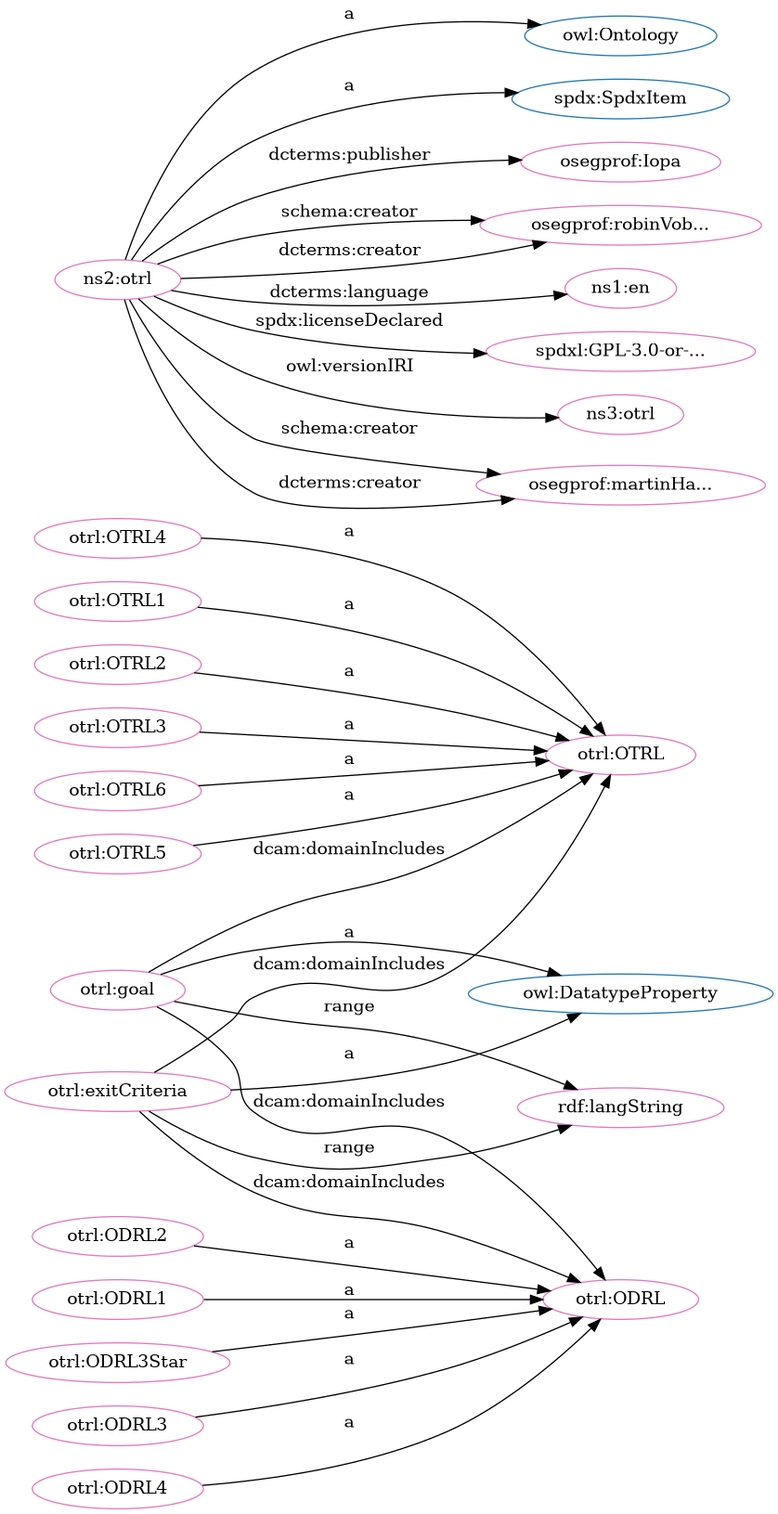
Before: src/spec/dot_otrl.png, a diagram exported from Graphviz (iop-alliance/OpenKnowHow). Its source is kept beside it as src/spec/dot_otrl.dot.
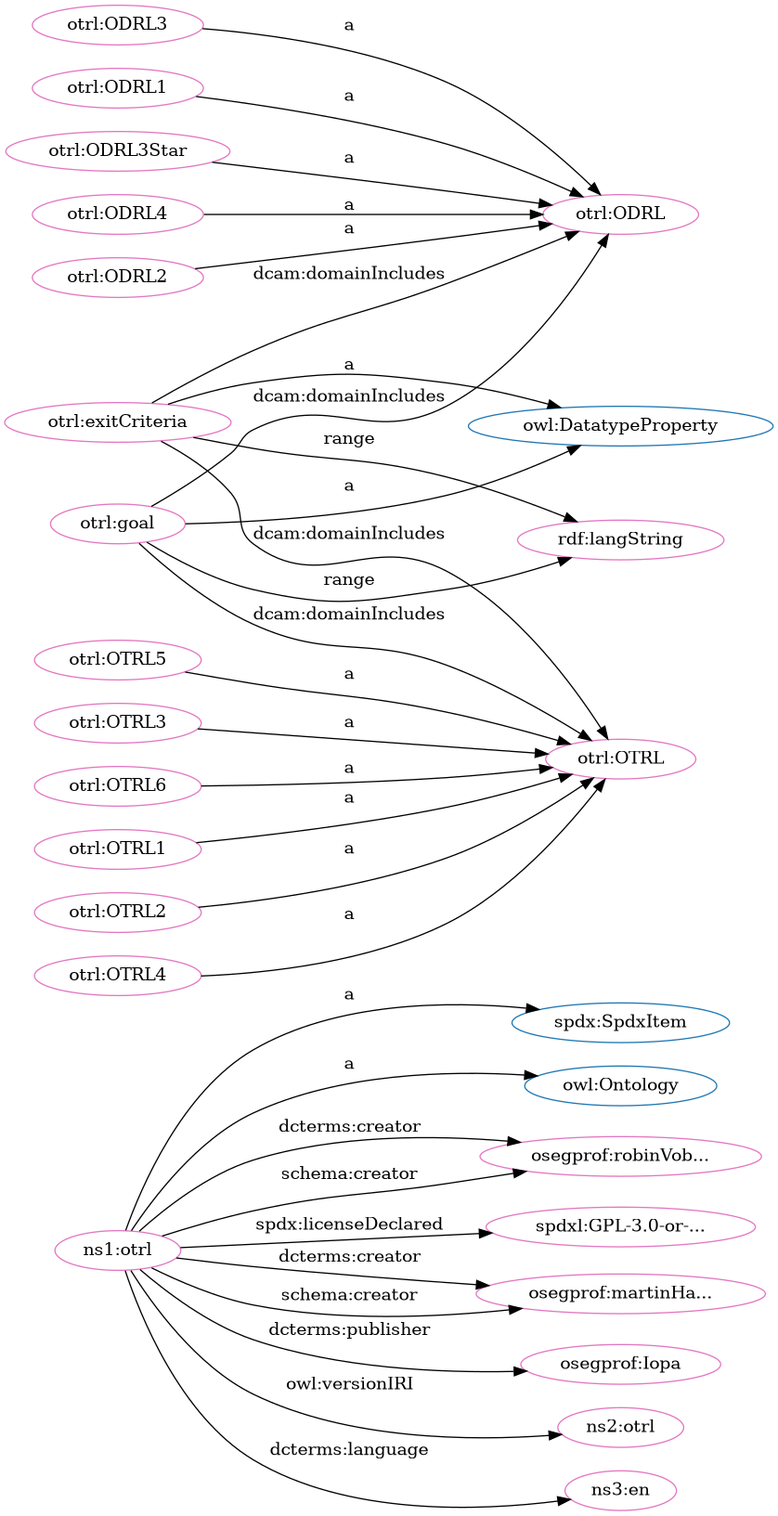
Later version of the same file.

Change to the diagram source:
```diff
@@ -1,61 +1,61 @@
 digraph G {
   rankdir=BT
   node[height=.3]
-"http://w3id.org/oseg/ont/otrl#OTRL" [fillcolor="#1f77b4" color="#1f77b4" label="otrl:OTRL"]
+"http://spdx.org/rdf/terms#SpdxItem" [fillcolor="#1f77b4" color="#1f77b4" label="spdx:SpdxItem"]
 "http://www.w3.org/2002/07/owl#Ontology" [fillcolor="#1f77b4" color="#1f77b4" label="owl:Ontology"]
-"http://spdx.org/rdf/terms#SpdxItem" [fillcolor="#1f77b4" color="#1f77b4" label="spdx:SpdxItem"]
 "http://w3id.org/oseg/ont/otrl#ODRL" [fillcolor="#1f77b4" color="#1f77b4" label="otrl:ODRL"]
 "http://www.w3.org/2002/07/owl#DatatypeProperty" [fillcolor="#1f77b4" color="#1f77b4" label="owl:DatatypeProperty"]
+"http://w3id.org/oseg/ont/otrl#OTRL" [fillcolor="#1f77b4" color="#1f77b4" label="otrl:OTRL"]
+"http://w3id.org/oseg/ont/oseg-profiles#robinVobruba" [fillcolor="#e377c2" color="#e377c2" label="osegprof:robinVob..."]
+"http://w3id.org/oseg/ont/otrl#ODRL2" [fillcolor="#e377c2" color="#e377c2" label="otrl:ODRL2"]
+"http://w3id.org/oseg/ont/otrl#OTRL1" [fillcolor="#e377c2" color="#e377c2" label="otrl:OTRL1"]
+"http://w3id.org/oseg/ont/otrl#exitCriteria" [fillcolor="#e377c2" color="#e377c2" label="otrl:exitCriteria"]
+"http://w3id.org/oseg/ont/otrl#OTRL2" [fillcolor="#e377c2" color="#e377c2" label="otrl:OTRL2"]
+"http://spdx.org/licenses/GPL-3.0-or-later" [fillcolor="#e377c2" color="#e377c2" label="spdxl:GPL-3.0-or-..."]
+"http://w3id.org/oseg/ont/otrl#OTRL" [fillcolor="#e377c2" color="#e377c2" label="otrl:OTRL"]
+"http://w3id.org/oseg/ont/otrl#ODRL" [fillcolor="#e377c2" color="#e377c2" label="otrl:ODRL"]
+"http://w3id.org/oseg/ont/oseg-profiles#martinHaeuer" [fillcolor="#e377c2" color="#e377c2" label="osegprof:martinHa..."]
+"http://w3id.org/oseg/ont/otrl#goal" [fillcolor="#e377c2" color="#e377c2" label="otrl:goal"]
+"http://w3id.org/oseg/ont/otrl#OTRL4" [fillcolor="#e377c2" color="#e377c2" label="otrl:OTRL4"]
 "http://w3id.org/oseg/ont/oseg-profiles#Iopa" [fillcolor="#e377c2" color="#e377c2" label="osegprof:Iopa"]
-"http://w3id.org/oseg/ont/oseg-profiles#robinVobruba" [fillcolor="#e377c2" color="#e377c2" label="osegprof:robinVob..."]
-"http://w3id.org/oseg/ont/otrl#ODRL" [fillcolor="#e377c2" color="#e377c2" label="otrl:ODRL"]
-"http://w3id.org/oseg/ont/otrl#OTRL" [fillcolor="#e377c2" color="#e377c2" label="otrl:OTRL"]
-"http://w3id.org/oseg/ont/otrl#goal" [fillcolor="#e377c2" color="#e377c2" label="otrl:goal"]
+"http://w3id.org/oseg/ont/otrl#ODRL3" [fillcolor="#e377c2" color="#e377c2" label="otrl:ODRL3"]
+"http://w3id.org/oseg/ont/otrl" [fillcolor="#e377c2" color="#e377c2" label="ns1:otrl"]
+"http://w3id.org/oseg/ont/1.1.0/otrl" [fillcolor="#e377c2" color="#e377c2" label="ns2:otrl"]
+"http://w3id.org/oseg/ont/otrl#OTRL5" [fillcolor="#e377c2" color="#e377c2" label="otrl:OTRL5"]
+"http://w3id.org/oseg/ont/otrl#ODRL1" [fillcolor="#e377c2" color="#e377c2" label="otrl:ODRL1"]
+"http://www.w3.org/1999/02/22-rdf-syntax-ns#langString" [fillcolor="#e377c2" color="#e377c2" label="rdf:langString"]
+"http://id.loc.gov/vocabulary/iso639-1/en" [fillcolor="#e377c2" color="#e377c2" label="ns3:en"]
 "http://w3id.org/oseg/ont/otrl#OTRL3" [fillcolor="#e377c2" color="#e377c2" label="otrl:OTRL3"]
 "http://w3id.org/oseg/ont/otrl#OTRL6" [fillcolor="#e377c2" color="#e377c2" label="otrl:OTRL6"]
-"http://w3id.org/oseg/ont/otrl#ODRL2" [fillcolor="#e377c2" color="#e377c2" label="otrl:ODRL2"]
-"http://id.loc.gov/vocabulary/iso639-1/en" [fillcolor="#e377c2" color="#e377c2" label="ns1:en"]
-"http://w3id.org/oseg/ont/otrl#OTRL5" [fillcolor="#e377c2" color="#e377c2" label="otrl:OTRL5"]
-"http://w3id.org/oseg/ont/otrl" [fillcolor="#e377c2" color="#e377c2" label="ns2:otrl"]
-"http://w3id.org/oseg/ont/otrl#exitCriteria" [fillcolor="#e377c2" color="#e377c2" label="otrl:exitCriteria"]
-"http://w3id.org/oseg/ont/otrl#ODRL1" [fillcolor="#e377c2" color="#e377c2" label="otrl:ODRL1"]
 "http://w3id.org/oseg/ont/otrl#ODRL3Star" [fillcolor="#e377c2" color="#e377c2" label="otrl:ODRL3Star"]
-"http://w3id.org/oseg/ont/otrl#OTRL4" [fillcolor="#e377c2" color="#e377c2" label="otrl:OTRL4"]
-"http://w3id.org/oseg/ont/otrl#OTRL1" [fillcolor="#e377c2" color="#e377c2" label="otrl:OTRL1"]
-"http://w3id.org/oseg/ont/otrl#OTRL2" [fillcolor="#e377c2" color="#e377c2" label="otrl:OTRL2"]
-"http://spdx.org/licenses/GPL-3.0-or-later" [fillcolor="#e377c2" color="#e377c2" label="spdxl:GPL-3.0-or-..."]
-"http://www.w3.org/1999/02/22-rdf-syntax-ns#langString" [fillcolor="#e377c2" color="#e377c2" label="rdf:langString"]
-"http://w3id.org/oseg/ont/1.1.0/otrl" [fillcolor="#e377c2" color="#e377c2" label="ns3:otrl"]
-"http://w3id.org/oseg/ont/otrl#ODRL3" [fillcolor="#e377c2" color="#e377c2" label="otrl:ODRL3"]
-"http://w3id.org/oseg/ont/oseg-profiles#martinHaeuer" [fillcolor="#e377c2" color="#e377c2" label="osegprof:martinHa..."]
 "http://w3id.org/oseg/ont/otrl#ODRL4" [fillcolor="#e377c2" color="#e377c2" label="otrl:ODRL4"]
+  "http://w3id.org/oseg/ont/otrl" -> "http://w3id.org/oseg/ont/oseg-profiles#robinVobruba" [label="dcterms:creator"]
+  "http://w3id.org/oseg/ont/otrl#ODRL2" -> "http://w3id.org/oseg/ont/otrl#ODRL" [label="a"]
+  "http://w3id.org/oseg/ont/otrl#OTRL1" -> "http://w3id.org/oseg/ont/otrl#OTRL" [label="a"]
+  "http://w3id.org/oseg/ont/otrl#exitCriteria" -> "http://www.w3.org/2002/07/owl#DatatypeProperty" [label="a"]
+  "http://w3id.org/oseg/ont/otrl" -> "http://w3id.org/oseg/ont/oseg-profiles#martinHaeuer" [label="dcterms:creator"]
+  "http://w3id.org/oseg/ont/otrl#goal" -> "http://www.w3.org/2002/07/owl#DatatypeProperty" [label="a"]
+  "http://w3id.org/oseg/ont/otrl" -> "http://w3id.org/oseg/ont/oseg-profiles#robinVobruba" [label="schema:creator"]
   "http://w3id.org/oseg/ont/otrl" -> "http://w3id.org/oseg/ont/oseg-profiles#Iopa" [label="dcterms:publisher"]
-  "http://w3id.org/oseg/ont/otrl#exitCriteria" -> "http://w3id.org/oseg/ont/otrl#ODRL" [label="dcam:domainIncludes"]
-  "http://w3id.org/oseg/ont/otrl#goal" -> "http://www.w3.org/2002/07/owl#DatatypeProperty" [label="a"]
+  "http://w3id.org/oseg/ont/otrl#ODRL3" -> "http://w3id.org/oseg/ont/otrl#ODRL" [label="a"]
+  "http://w3id.org/oseg/ont/otrl" -> "http://w3id.org/oseg/ont/1.1.0/otrl" [label="owl:versionIRI"]
+  "http://w3id.org/oseg/ont/otrl#OTRL5" -> "http://w3id.org/oseg/ont/otrl#OTRL" [label="a"]
+  "http://w3id.org/oseg/ont/otrl" -> "http://w3id.org/oseg/ont/oseg-profiles#martinHaeuer" [label="schema:creator"]
+  "http://w3id.org/oseg/ont/otrl#ODRL1" -> "http://w3id.org/oseg/ont/otrl#ODRL" [label="a"]
+  "http://w3id.org/oseg/ont/otrl" -> "http://spdx.org/rdf/terms#SpdxItem" [label="a"]
   "http://w3id.org/oseg/ont/otrl#OTRL6" -> "http://w3id.org/oseg/ont/otrl#OTRL" [label="a"]
-  "http://w3id.org/oseg/ont/otrl#ODRL2" -> "http://w3id.org/oseg/ont/otrl#ODRL" [label="a"]
-  "http://w3id.org/oseg/ont/otrl#OTRL5" -> "http://w3id.org/oseg/ont/otrl#OTRL" [label="a"]
-  "http://w3id.org/oseg/ont/otrl#exitCriteria" -> "http://www.w3.org/2002/07/owl#DatatypeProperty" [label="a"]
-  "http://w3id.org/oseg/ont/otrl#OTRL4" -> "http://w3id.org/oseg/ont/otrl#OTRL" [label="a"]
-  "http://w3id.org/oseg/ont/otrl#OTRL1" -> "http://w3id.org/oseg/ont/otrl#OTRL" [label="a"]
+  "http://w3id.org/oseg/ont/otrl#ODRL3Star" -> "http://w3id.org/oseg/ont/otrl#ODRL" [label="a"]
   "http://w3id.org/oseg/ont/otrl#OTRL2" -> "http://w3id.org/oseg/ont/otrl#OTRL" [label="a"]
   "http://w3id.org/oseg/ont/otrl" -> "http://spdx.org/licenses/GPL-3.0-or-later" [label="spdx:licenseDeclared"]
-  "http://w3id.org/oseg/ont/otrl#ODRL3" -> "http://w3id.org/oseg/ont/otrl#ODRL" [label="a"]
-  "http://w3id.org/oseg/ont/otrl" -> "http://w3id.org/oseg/ont/oseg-profiles#robinVobruba" [label="schema:creator"]
+  "http://w3id.org/oseg/ont/otrl#exitCriteria" -> "http://w3id.org/oseg/ont/otrl#OTRL" [label="dcam:domainIncludes"]
+  "http://w3id.org/oseg/ont/otrl#exitCriteria" -> "http://w3id.org/oseg/ont/otrl#ODRL" [label="dcam:domainIncludes"]
+  "http://w3id.org/oseg/ont/otrl#OTRL4" -> "http://w3id.org/oseg/ont/otrl#OTRL" [label="a"]
+  "http://w3id.org/oseg/ont/otrl#goal" -> "http://w3id.org/oseg/ont/otrl#OTRL" [label="dcam:domainIncludes"]
+  "http://w3id.org/oseg/ont/otrl" -> "http://www.w3.org/2002/07/owl#Ontology" [label="a"]
+  "http://w3id.org/oseg/ont/otrl#goal" -> "http://w3id.org/oseg/ont/otrl#ODRL" [label="dcam:domainIncludes"]
+  "http://w3id.org/oseg/ont/otrl#goal" -> "http://www.w3.org/1999/02/22-rdf-syntax-ns#langString" [label="range"]
+  "http://w3id.org/oseg/ont/otrl" -> "http://id.loc.gov/vocabulary/iso639-1/en" [label="dcterms:language"]
+  "http://w3id.org/oseg/ont/otrl#OTRL3" -> "http://w3id.org/oseg/ont/otrl#OTRL" [label="a"]
+  "http://w3id.org/oseg/ont/otrl#exitCriteria" -> "http://www.w3.org/1999/02/22-rdf-syntax-ns#langString" [label="range"]
   "http://w3id.org/oseg/ont/otrl#ODRL4" -> "http://w3id.org/oseg/ont/otrl#ODRL" [label="a"]
-  "http://w3id.org/oseg/ont/otrl" -> "http://w3id.org/oseg/ont/oseg-profiles#robinVobruba" [label="dcterms:creator"]
-  "http://w3id.org/oseg/ont/otrl#goal" -> "http://w3id.org/oseg/ont/otrl#OTRL" [label="dcam:domainIncludes"]
-  "http://w3id.org/oseg/ont/otrl#OTRL3" -> "http://w3id.org/oseg/ont/otrl#OTRL" [label="a"]
-  "http://w3id.org/oseg/ont/otrl" -> "http://id.loc.gov/vocabulary/iso639-1/en" [label="dcterms:language"]
-  "http://w3id.org/oseg/ont/otrl" -> "http://www.w3.org/2002/07/owl#Ontology" [label="a"]
-  "http://w3id.org/oseg/ont/otrl#ODRL1" -> "http://w3id.org/oseg/ont/otrl#ODRL" [label="a"]
-  "http://w3id.org/oseg/ont/otrl#ODRL3Star" -> "http://w3id.org/oseg/ont/otrl#ODRL" [label="a"]
-  "http://w3id.org/oseg/ont/otrl" -> "http://spdx.org/rdf/terms#SpdxItem" [label="a"]
-  "http://w3id.org/oseg/ont/otrl#exitCriteria" -> "http://w3id.org/oseg/ont/otrl#OTRL" [label="dcam:domainIncludes"]
-  "http://w3id.org/oseg/ont/otrl#goal" -> "http://www.w3.org/1999/02/22-rdf-syntax-ns#langString" [label="range"]
-  "http://w3id.org/oseg/ont/otrl" -> "http://w3id.org/oseg/ont/1.1.0/otrl" [label="owl:versionIRI"]
-  "http://w3id.org/oseg/ont/otrl" -> "http://w3id.org/oseg/ont/oseg-profiles#martinHaeuer" [label="schema:creator"]
-  "http://w3id.org/oseg/ont/otrl#exitCriteria" -> "http://www.w3.org/1999/02/22-rdf-syntax-ns#langString" [label="range"]
-  "http://w3id.org/oseg/ont/otrl" -> "http://w3id.org/oseg/ont/oseg-profiles#martinHaeuer" [label="dcterms:creator"]
-  "http://w3id.org/oseg/ont/otrl#goal" -> "http://w3id.org/oseg/ont/otrl#ODRL" [label="dcam:domainIncludes"]
 }
```
